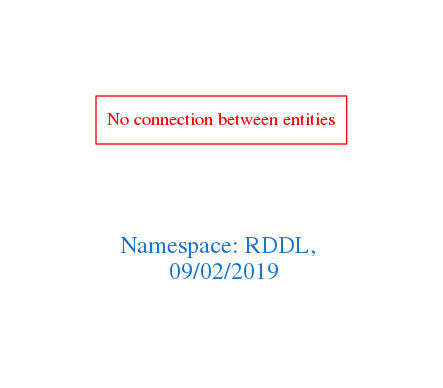
arago/OGIT keeps this Graphviz diagram as downloads/RDDL.png. Above is the earlier version. Its source is kept beside it as downloads/RDDL.dot.
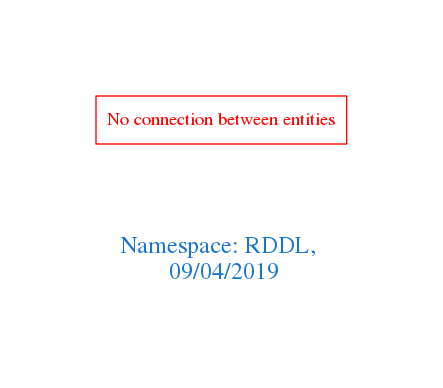
After the change.

Change to the diagram source:
```diff
@@ -1,7 +1,7 @@
 digraph OGIT_ontology {
  graph [ rankdir= LR,pad=1
 fontsize = 18,
-fontcolor= dodgerblue3,label = "\n\n\nNamespace: RDDL, \n 09/02/2019"];
+fontcolor= dodgerblue3,label = "\n\n\nNamespace: RDDL, \n 09/04/2019"];
 node[shape=polygon];
 edge [  color="gray81"];
 
```
